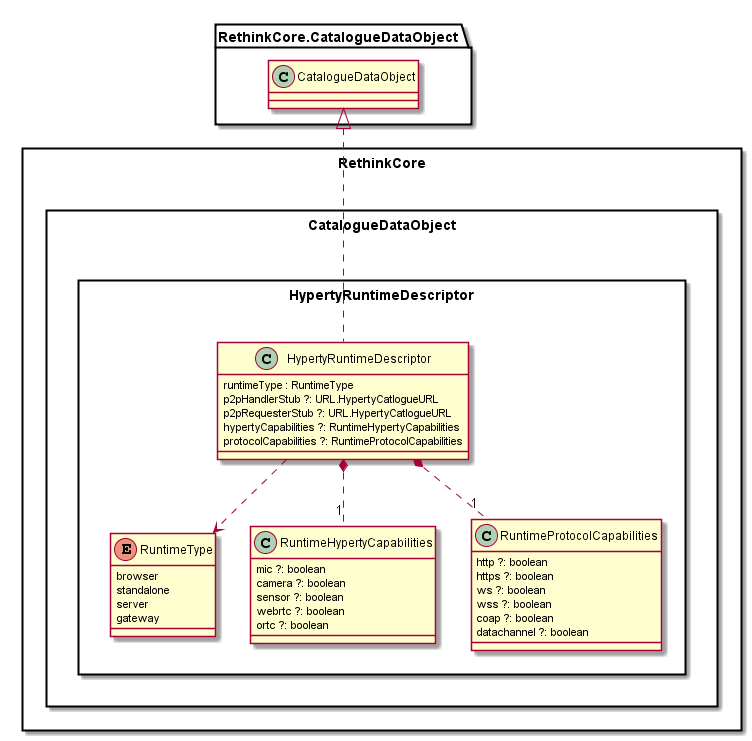
This is datamodel/core/hyperty-catalogue/Hyperty-Runtime-Descriptor-Data-Object-Model.png from reTHINK-project/specs, a PlantUML export, as it was before one commit.
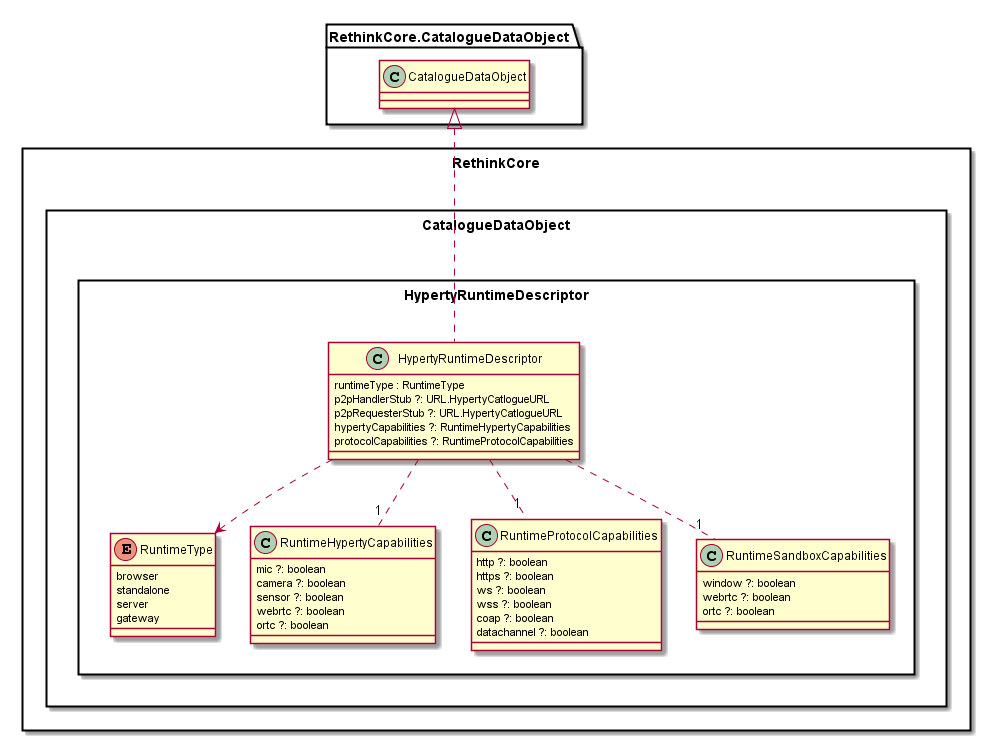
Later version of the same file.

Change to the diagram source:
```diff
@@ -38,9 +38,16 @@
 				datachannel ?: boolean
 			}
 
+			class RuntimeSandboxCapabilities {
+				window ?: boolean
+				webrtc ?: boolean
+				ortc ?: boolean
+			}
+
 			HypertyRuntimeDescriptor ..> RuntimeType
-			HypertyRuntimeDescriptor *.. "1" RuntimeHypertyCapabilities
-			HypertyRuntimeDescriptor *.. "1" RuntimeProtocolCapabilities
+			HypertyRuntimeDescriptor .. "1" RuntimeHypertyCapabilities
+			HypertyRuntimeDescriptor .. "1" RuntimeProtocolCapabilities
+			HypertyRuntimeDescriptor .. "1" RuntimeSandboxCapabilities
 			HypertyRuntimeDescriptor .up.|> RethinkCore.CatalogueDataObject.CatalogueDataObject
 		}
 
```
